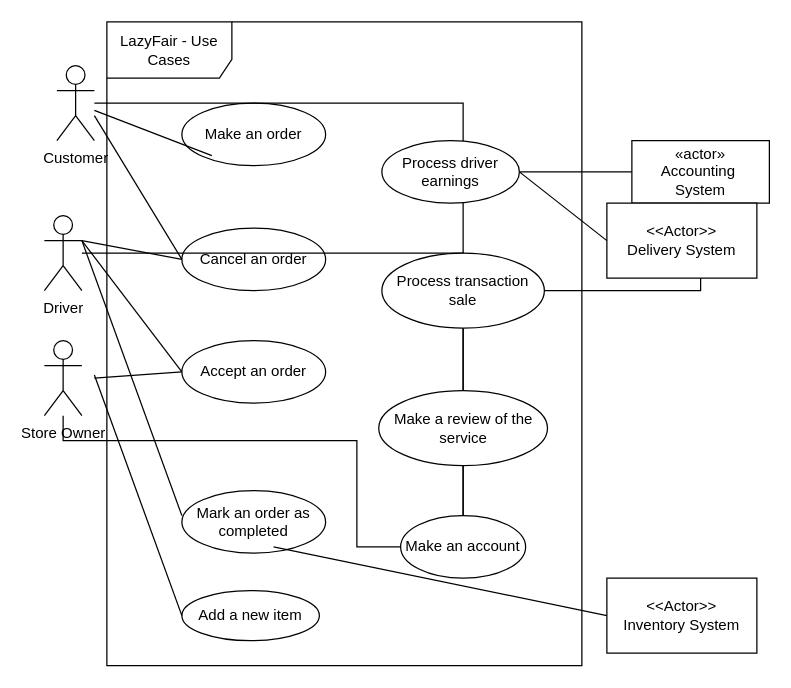
Before: Workshop 1 Use Case Diagram.drawio in antonykimuom/SWEN30006-2025-SM1-workshop1-tuew05-14-00-team-12, a draw.io diagram. Source tidied: cells renumbered, new cells numbered last; positions are measured from the earlier drawing's top-left corner, leaving out a move shared by most shapes. Both pictures are drawn from the tidied source at 125%, with x=0, y=0 at pixel (44, 21).
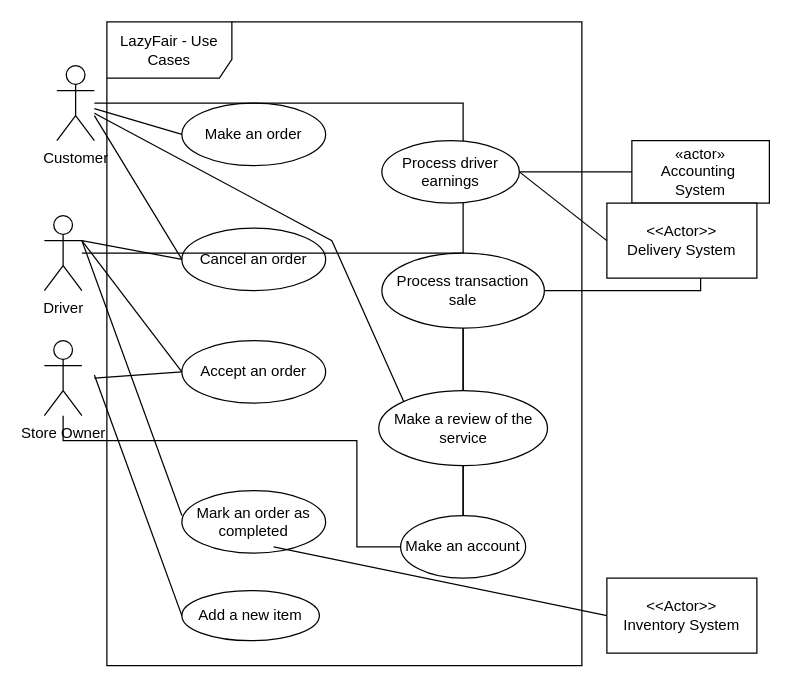
The same page after the edit.

Commit message:
added line between customer and review

Unchanged cells that the change refers to:
```xml
<mxCell id="3" value="Make an order" style="ellipse;whiteSpace=wrap;html=1;" parent="1" vertex="1">
  <mxGeometry x="110" y="65" width="115" height="50" as="geometry" />
</mxCell>
<mxCell id="13" value="Customer" style="shape=umlActor;verticalLabelPosition=bottom;verticalAlign=top;html=1;outlineConnect=0;" parent="1" vertex="1">
  <mxGeometry x="10" y="35" width="30" height="60" as="geometry" />
</mxCell>
<mxCell id="14" value="Make a review of the service" style="ellipse;whiteSpace=wrap;html=1;" parent="1" vertex="1">
  <mxGeometry x="267.5" y="295" width="135" height="60" as="geometry" />
</mxCell>
```

What changed in the source:
```diff
@@
-    <mxCell id="15" style="endArrow=none;html=1;rounded=0;entryX=0.209;entryY=0.84;entryDx=0;entryDy=0;entryPerimeter=0;" parent="1" edge="1" source="13" target="3">
+    <mxCell id="15" style="endArrow=none;html=1;rounded=0;entryX=0;entryY=0.5;entryDx=0;entryDy=0;" parent="1" edge="1" source="13" target="3">
       <mxGeometry relative="1" as="geometry" />
     </mxCell>
@@
+    <mxCell id="32" style="endArrow=none;html=1;rounded=0;exitX=0;exitY=0;exitDx=0;exitDy=0;" parent="1" edge="1" source="14" target="13">
+      <mxGeometry relative="1" as="geometry">
+        <Array as="points">
+          <mxPoint x="230" y="175" />
+        </Array>
+      </mxGeometry>
+    </mxCell>
```
